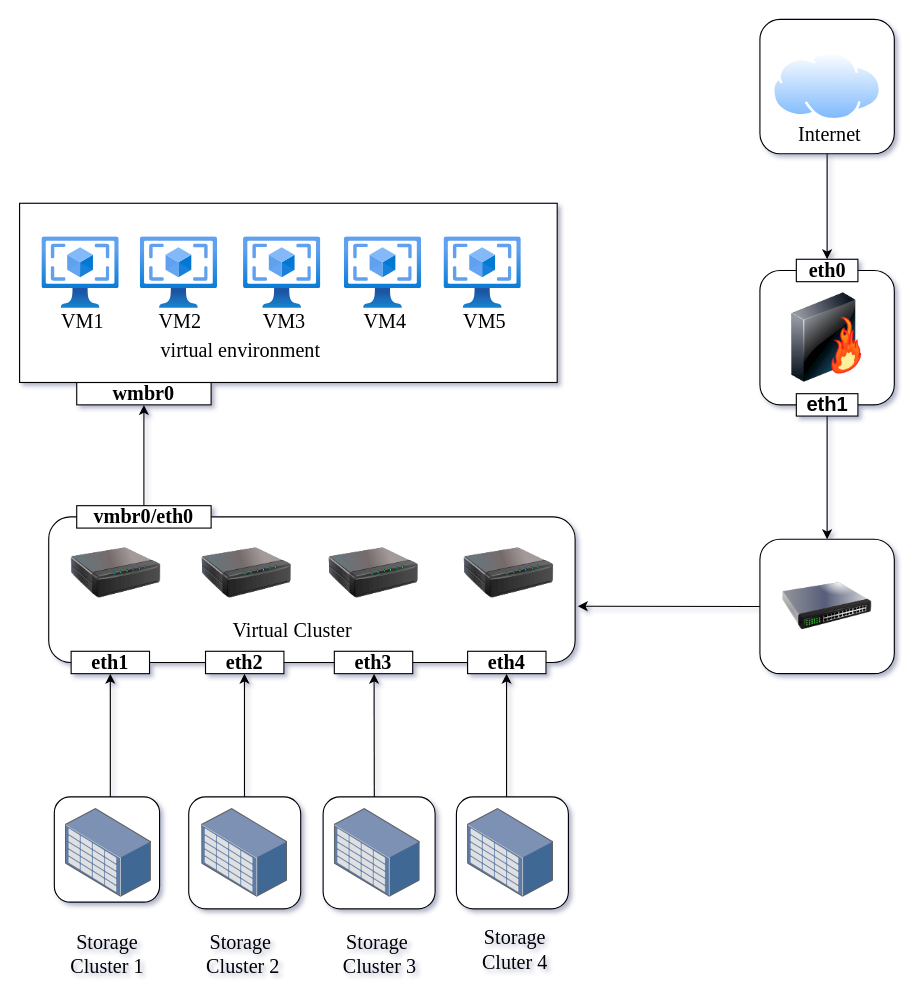
Before: Untitled Diagram.drawio in th4nhhuy/project2, a draw.io diagram. Source tidied: cells renumbered, new cells numbered last; positions are measured from the earlier drawing's top-left corner, leaving out a move shared by most shapes. Both pictures are drawn from the tidied source at 112%, with x=0, y=0 at pixel (19, 19).
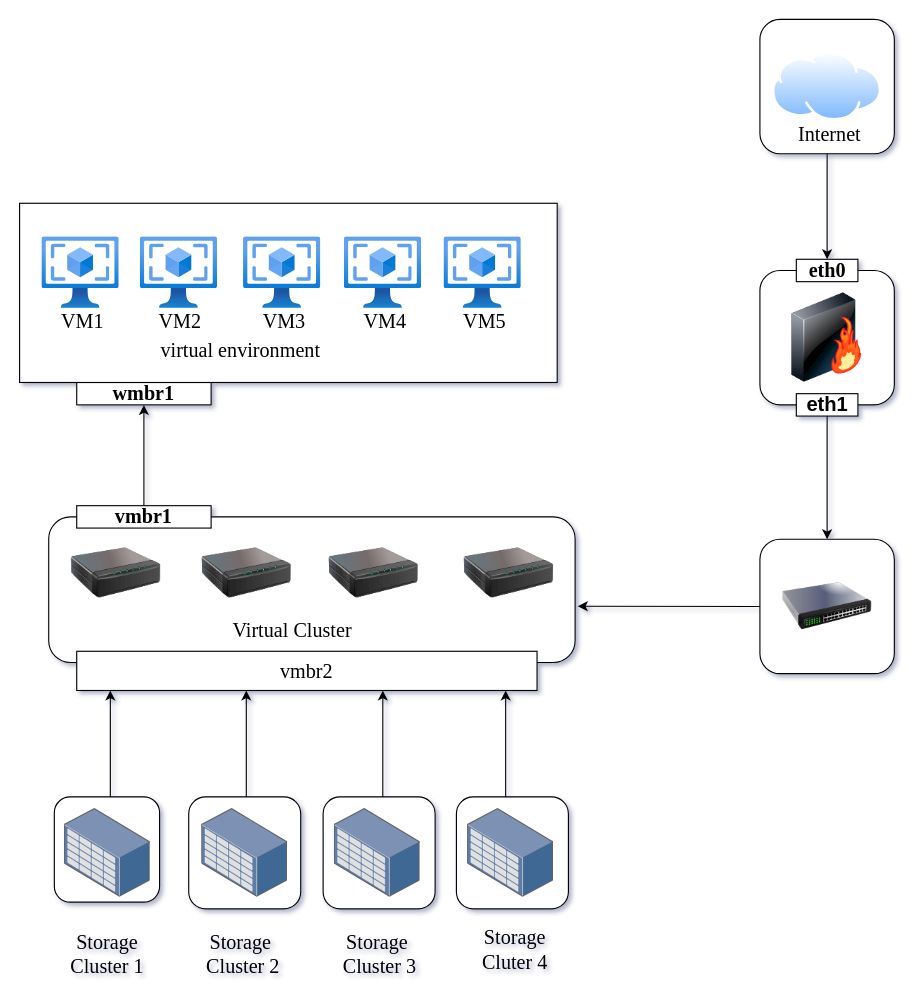
Above is the later version.

The edit, as a diff of the source:
```diff
@@
-    <mxCell id="7" value="&lt;h5 style=&quot;font-size: 18px;&quot;&gt;&lt;font face=&quot;Times New Roman&quot; style=&quot;font-size: 18px;&quot;&gt;vmbr0/eth0&lt;/font&gt;&lt;/h5&gt;" style="rounded=0;whiteSpace=wrap;html=1;glass=0;fillColor=default;fontSize=18;" parent="1" vertex="1">
+    <mxCell id="7" value="&lt;h5 style=&quot;font-size: 18px&quot;&gt;&lt;font face=&quot;Times New Roman&quot; style=&quot;font-size: 18px&quot;&gt;vmbr1&lt;/font&gt;&lt;/h5&gt;" style="rounded=0;whiteSpace=wrap;html=1;glass=0;fillColor=default;fontSize=18;" parent="1" vertex="1">
       <mxGeometry x="51" y="434" width="120" height="20" as="geometry" />
     </mxCell>
@@
-    <mxCell id="9" value="&lt;h5 style=&quot;font-size: 18px;&quot;&gt;&lt;font face=&quot;Times New Roman&quot; style=&quot;font-size: 18px;&quot;&gt;wmbr0&lt;/font&gt;&lt;/h5&gt;" style="rounded=0;whiteSpace=wrap;html=1;glass=0;fillColor=default;fontSize=18;" parent="1" vertex="1">
+    <mxCell id="9" value="&lt;h5 style=&quot;font-size: 18px&quot;&gt;&lt;font face=&quot;Times New Roman&quot; style=&quot;font-size: 18px&quot;&gt;wmbr1&lt;/font&gt;&lt;/h5&gt;" style="rounded=0;whiteSpace=wrap;html=1;glass=0;fillColor=default;fontSize=18;" parent="1" vertex="1">
       <mxGeometry x="51" y="324" width="120" height="20" as="geometry" />
     </mxCell>
@@
-    <mxCell id="11" value="&lt;h5 style=&quot;font-size: 18px;&quot;&gt;&lt;font face=&quot;Times New Roman&quot; style=&quot;font-size: 18px;&quot;&gt;eth1&lt;/font&gt;&lt;/h5&gt;" style="rounded=0;whiteSpace=wrap;html=1;glass=0;fillColor=default;fontSize=18;" parent="1" vertex="1">
-      <mxGeometry x="46" y="564" width="70" height="20" as="geometry" />
-    </mxCell>
-    <mxCell id="12" value="&lt;h5 style=&quot;font-size: 18px;&quot;&gt;&lt;font face=&quot;Times New Roman&quot; style=&quot;font-size: 18px;&quot;&gt;eth2&lt;/font&gt;&lt;/h5&gt;" style="rounded=0;whiteSpace=wrap;html=1;glass=0;fillColor=default;fontSize=18;" parent="1" vertex="1">
-      <mxGeometry x="166" y="564" width="70" height="20" as="geometry" />
-    </mxCell>
-    <mxCell id="13" value="&lt;h5 style=&quot;font-size: 18px;&quot;&gt;&lt;font face=&quot;Times New Roman&quot; style=&quot;font-size: 18px;&quot;&gt;eth3&lt;/font&gt;&lt;/h5&gt;" style="rounded=0;whiteSpace=wrap;html=1;glass=0;fillColor=default;fontSize=18;" parent="1" vertex="1">
-      <mxGeometry x="281" y="564" width="70" height="20" as="geometry" />
-    </mxCell>
-    <mxCell id="14" value="&lt;h5 style=&quot;font-size: 18px;&quot;&gt;&lt;font face=&quot;Times New Roman&quot; style=&quot;font-size: 18px;&quot;&gt;eth4&lt;/font&gt;&lt;/h5&gt;" style="rounded=0;whiteSpace=wrap;html=1;glass=0;fillColor=default;fontSize=18;" parent="1" vertex="1">
-      <mxGeometry x="400" y="564" width="70" height="20" as="geometry" />
-    </mxCell>
-    <mxCell id="15" style="endArrow=classic;html=1;rounded=0;fontFamily=Times New Roman;fontSize=18;targetPerimeterSpacing=0;jumpSize=7;" parent="1" edge="1">
+    <mxCell id="15" style="endArrow=classic;html=1;rounded=0;fontFamily=Times New Roman;fontSize=18;targetPerimeterSpacing=0;jumpSize=7;entryX=0.073;entryY=1;entryDx=0;entryDy=0;entryPerimeter=0;" parent="1" edge="1" target="57">
       <mxGeometry relative="1" as="geometry">
         <mxPoint x="81" y="694" as="sourcePoint" />
-        <mxPoint x="81" y="584" as="targetPoint" />
+        <Array as="points">
+          <mxPoint x="81" y="648" />
+        </Array>
       </mxGeometry>
     </mxCell>
-    <mxCell id="16" style="endArrow=classic;html=1;rounded=0;fontFamily=Times New Roman;fontSize=18;targetPerimeterSpacing=0;exitX=0.616;exitY=0;exitDx=0;exitDy=0;exitPerimeter=0;" parent="1" edge="1">
-      <mxGeometry relative="1" as="geometry">
-        <mxPoint x="316.7" y="694" as="sourcePoint" />
-        <mxPoint x="316.5" y="584" as="targetPoint" />
-      </mxGeometry>
-    </mxCell>
-    <mxCell id="17" style="edgeStyle=none;rounded=0;jumpSize=7;orthogonalLoop=1;jettySize=auto;html=1;entryX=0.5;entryY=1;entryDx=0;entryDy=0;fontFamily=Times New Roman;fontSize=18;targetPerimeterSpacing=0;" parent="1" edge="1" source="12" target="12">
-      <mxGeometry relative="1" as="geometry" />
+    <mxCell id="17" style="edgeStyle=none;rounded=0;jumpSize=7;orthogonalLoop=1;jettySize=auto;html=1;entryX=0.5;entryY=1;entryDx=0;entryDy=0;fontFamily=Times New Roman;fontSize=18;targetPerimeterSpacing=0;" parent="1" edge="1">
+      <mxGeometry relative="1" as="geometry">
+        <mxPoint x="201" y="584" as="sourcePoint" />
+        <mxPoint x="201" y="584" as="targetPoint" />
+      </mxGeometry>
     </mxCell>
-    <mxCell id="18" style="endArrow=classic;html=1;rounded=0;fontFamily=Times New Roman;fontSize=18;targetPerimeterSpacing=0;jumpSize=7;" parent="1" edge="1">
-      <mxGeometry relative="1" as="geometry">
-        <mxPoint x="200.8" y="694" as="sourcePoint" />
-        <mxPoint x="200.8" y="584" as="targetPoint" />
-      </mxGeometry>
-    </mxCell>
-    <mxCell id="19" style="endArrow=classic;html=1;rounded=0;fontFamily=Times New Roman;fontSize=18;targetPerimeterSpacing=0;jumpSize=7;" parent="1" edge="1">
-      <mxGeometry relative="1" as="geometry">
-        <mxPoint x="434.8" y="694" as="sourcePoint" />
-        <mxPoint x="434.8" y="584" as="targetPoint" />
-      </mxGeometry>
-    </mxCell>
@@
     <mxCell id="32" style="html=1;align=center;shadow=0;dashed=0;image;image=img/lib/allied_telesis/storage/Datacenter_Server_Storage_Unit_Large.svg;imageBorder=none;imageBackground=default;sketch=0;fontSize=18;" parent="1" vertex="1">
-      <mxGeometry x="41" y="704.4" width="76.8" height="79.2" as="geometry" />
+      <mxGeometry x="40" y="704.4" width="76.8" height="79.2" as="geometry" />
     </mxCell>
@@
+    <mxCell id="57" value="vmbr2" style="rounded=0;whiteSpace=wrap;html=1;glass=0;sketch=0;fontFamily=Times New Roman;fontSize=18;strokeColor=default;fillColor=default;" parent="1" vertex="1">
+      <mxGeometry x="51" y="564" width="411" height="35" as="geometry" />
+    </mxCell>
+    <mxCell id="58" style="endArrow=classic;html=1;rounded=0;fontFamily=Times New Roman;fontSize=18;targetPerimeterSpacing=0;jumpSize=7;entryX=0.073;entryY=1;entryDx=0;entryDy=0;entryPerimeter=0;" parent="1" edge="1">
+      <mxGeometry relative="1" as="geometry">
+        <mxPoint x="434" y="694" as="sourcePoint" />
+        <mxPoint x="434" y="599" as="targetPoint" />
+        <Array as="points">
+          <mxPoint x="434" y="648" />
+        </Array>
+      </mxGeometry>
+    </mxCell>
+    <mxCell id="59" style="endArrow=classic;html=1;rounded=0;fontFamily=Times New Roman;fontSize=18;targetPerimeterSpacing=0;jumpSize=7;entryX=0.073;entryY=1;entryDx=0;entryDy=0;entryPerimeter=0;" parent="1" edge="1">
+      <mxGeometry relative="1" as="geometry">
+        <mxPoint x="324.3" y="694" as="sourcePoint" />
+        <mxPoint x="324.3" y="599" as="targetPoint" />
+        <Array as="points">
+          <mxPoint x="324.3" y="648" />
+        </Array>
+      </mxGeometry>
+    </mxCell>
+    <mxCell id="60" style="endArrow=classic;html=1;rounded=0;fontFamily=Times New Roman;fontSize=18;targetPerimeterSpacing=0;jumpSize=7;entryX=0.073;entryY=1;entryDx=0;entryDy=0;entryPerimeter=0;" parent="1" edge="1">
+      <mxGeometry relative="1" as="geometry">
+        <mxPoint x="202.4" y="694" as="sourcePoint" />
+        <mxPoint x="202.4" y="599" as="targetPoint" />
+        <Array as="points">
+          <mxPoint x="202.4" y="648" />
+        </Array>
+      </mxGeometry>
+    </mxCell>
```
